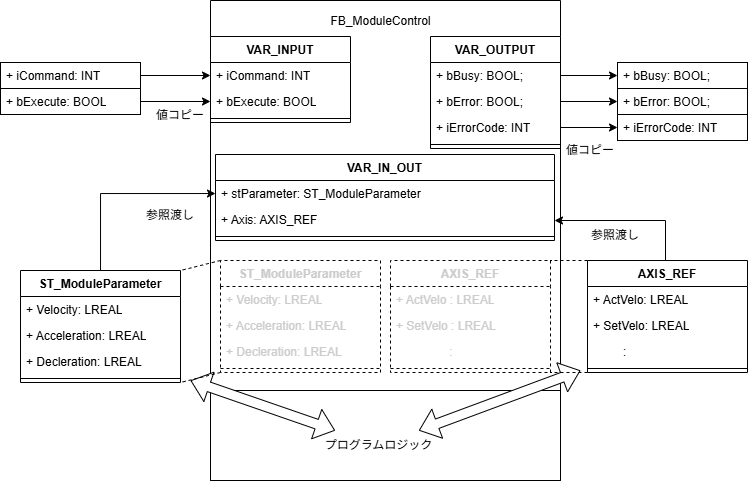
Above: source/plc_object_oriented_programming/assets/function_block_var_inout.png in ta-ichihashi/TwinCATHowTo (draw.io), before the change. Source tidied: cells renumbered, new cells last; positions are measured from the earlier drawing's top-left corner, leaving out a move shared by most shapes.
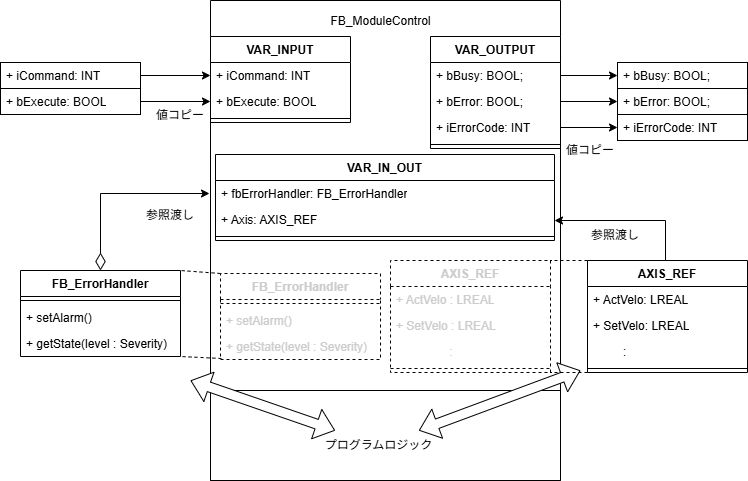
Above is the later version.

Diff of the diagram source:
```diff
@@ -38,7 +38,7 @@
     <mxCell id="13" value="VAR_IN_OUT" style="swimlane;fontStyle=1;align=center;verticalAlign=top;horizontal=1;startSize=26;whiteSpace=wrap;html=1;" parent="2" vertex="1">
       <mxGeometry x="5" y="154" width="339" height="86" as="geometry" />
     </mxCell>
-    <mxCell id="14" value="+ stParameter: ST_ModuleParameter" style="text;strokeColor=none;fillColor=none;align=left;verticalAlign=top;spacingLeft=4;spacingRight=4;overflow=hidden;points=[[0,0.5],[1,0.5]];portConstraint=eastwest;whiteSpace=wrap;html=1;" parent="13" vertex="1">
+    <mxCell id="14" value="+ fbErrorHandler: FB_ErrorHandler" style="text;strokeColor=none;fillColor=none;align=left;verticalAlign=top;spacingLeft=4;spacingRight=4;overflow=hidden;points=[[0,0.5],[1,0.5]];portConstraint=eastwest;whiteSpace=wrap;html=1;" parent="13" vertex="1">
       <mxGeometry y="26" width="339" height="26" as="geometry" />
     </mxCell>
     <mxCell id="15" value="+ Axis: AXIS_REF" style="text;strokeColor=none;fillColor=none;align=left;verticalAlign=top;spacingLeft=4;spacingRight=4;overflow=hidden;points=[[0,0.5],[1,0.5]];portConstraint=eastwest;whiteSpace=wrap;html=1;" parent="13" vertex="1">
@@ -53,139 +53,133 @@
     <mxCell id="18" value="プログラムロジック" style="text;html=1;align=center;verticalAlign=middle;points=[];strokeColor=none;fillColor=none;" parent="17" vertex="1">
       <mxGeometry x="103" y="40" width="130" height="30" as="geometry" />
     </mxCell>
-    <mxCell id="19" value="ST_ModuleParameter" style="swimlane;fontStyle=1;align=center;verticalAlign=top;horizontal=1;startSize=26;whiteSpace=wrap;html=1;dashed=1;fontColor=#CCCCCC;" parent="2" vertex="1">
-      <mxGeometry x="10" y="260" width="160" height="112" as="geometry" />
+    <mxCell id="19" value="AXIS_REF" style="swimlane;fontStyle=1;align=center;verticalAlign=top;horizontal=1;startSize=26;whiteSpace=wrap;html=1;dashed=1;fontColor=#CCCCCC;" parent="2" vertex="1">
+      <mxGeometry x="180" y="260" width="160" height="112" as="geometry" />
     </mxCell>
-    <mxCell id="20" value="+ Velocity: LREAL" style="text;strokeColor=none;fillColor=none;align=left;verticalAlign=top;spacingLeft=4;spacingRight=4;overflow=hidden;whiteSpace=wrap;html=1;fontColor=#CCCCCC;" parent="19" vertex="1">
+    <mxCell id="20" value="+ ActVelo : LREAL" style="text;strokeColor=none;fillColor=none;align=left;verticalAlign=top;spacingLeft=4;spacingRight=4;overflow=hidden;whiteSpace=wrap;html=1;fontColor=#CCCCCC;" parent="19" vertex="1">
       <mxGeometry y="26" width="160" height="26" as="geometry" />
     </mxCell>
-    <mxCell id="21" value="+ Acceleration: LREAL" style="text;strokeColor=none;fillColor=none;align=left;verticalAlign=top;spacingLeft=4;spacingRight=4;overflow=hidden;whiteSpace=wrap;html=1;fontColor=#CCCCCC;" parent="19" vertex="1">
+    <mxCell id="21" value="+ SetVelo : LREAL" style="text;strokeColor=none;fillColor=none;align=left;verticalAlign=top;spacingLeft=4;spacingRight=4;overflow=hidden;whiteSpace=wrap;html=1;fontColor=#CCCCCC;" parent="19" vertex="1">
       <mxGeometry y="52" width="160" height="26" as="geometry" />
     </mxCell>
-    <mxCell id="22" value="+ Decleration: LREAL" style="text;strokeColor=none;fillColor=none;align=left;verticalAlign=top;spacingLeft=4;spacingRight=4;overflow=hidden;whiteSpace=wrap;html=1;fontColor=#CCCCCC;" parent="19" vertex="1">
+    <mxCell id="22" value="&amp;nbsp; &amp;nbsp; &amp;nbsp; &amp;nbsp; &amp;nbsp; &amp;nbsp; &amp;nbsp; &amp;nbsp; :" style="text;strokeColor=none;fillColor=none;align=left;verticalAlign=top;spacingLeft=4;spacingRight=4;overflow=hidden;whiteSpace=wrap;html=1;fontColor=#CCCCCC;" parent="19" vertex="1">
       <mxGeometry y="78" width="160" height="26" as="geometry" />
     </mxCell>
     <mxCell id="23" style="line;strokeWidth=1;fillColor=none;align=left;verticalAlign=middle;spacingTop=-1;spacingLeft=3;spacingRight=3;labelPosition=right;strokeColor=inherit;dashed=1;" parent="19" vertex="1">
       <mxGeometry y="104" width="160" height="8" as="geometry" />
     </mxCell>
-    <mxCell id="24" value="AXIS_REF" style="swimlane;fontStyle=1;align=center;verticalAlign=top;horizontal=1;startSize=26;whiteSpace=wrap;html=1;dashed=1;fontColor=#CCCCCC;" parent="2" vertex="1">
-      <mxGeometry x="180" y="260" width="160" height="112" as="geometry" />
+    <mxCell id="24" style="shape=flexArrow;endArrow=classic;startArrow=classic;html=1;rounded=0;fillColor=default;" parent="2" edge="1" source="18">
+      <mxGeometry relative="1" as="geometry">
+        <mxPoint x="370" y="370" as="targetPoint" />
+      </mxGeometry>
     </mxCell>
-    <mxCell id="25" value="+ ActVelo : LREAL" style="text;strokeColor=none;fillColor=none;align=left;verticalAlign=top;spacingLeft=4;spacingRight=4;overflow=hidden;whiteSpace=wrap;html=1;fontColor=#CCCCCC;" parent="24" vertex="1">
-      <mxGeometry y="26" width="160" height="26" as="geometry" />
+    <mxCell id="25" style="shape=flexArrow;endArrow=classic;startArrow=classic;html=1;rounded=0;fillColor=default;" parent="2" edge="1" source="18">
+      <mxGeometry relative="1" as="geometry">
+        <mxPoint x="-20" y="380" as="targetPoint" />
+      </mxGeometry>
     </mxCell>
-    <mxCell id="26" value="+ SetVelo : LREAL" style="text;strokeColor=none;fillColor=none;align=left;verticalAlign=top;spacingLeft=4;spacingRight=4;overflow=hidden;points=[[0,0.5],[1,0.5]];portConstraint=eastwest;whiteSpace=wrap;html=1;fontColor=#CCCCCC;" parent="24" vertex="1">
-      <mxGeometry y="52" width="160" height="26" as="geometry" />
+    <mxCell id="26" value="&lt;font style=&quot;color: rgb(204, 204, 204);&quot;&gt;FB_ErrorHandler&lt;/font&gt;" style="swimlane;fontStyle=1;align=center;verticalAlign=top;horizontal=1;startSize=26;whiteSpace=wrap;html=1;strokeColor=#000000;dashed=1;fontColor=#CCCCCC;" parent="2" vertex="1">
+      <mxGeometry x="10" y="273" width="160" height="86" as="geometry" />
     </mxCell>
-    <mxCell id="27" value="&amp;nbsp; &amp;nbsp; &amp;nbsp; &amp;nbsp; &amp;nbsp; &amp;nbsp; &amp;nbsp; &amp;nbsp; :" style="text;strokeColor=none;fillColor=none;align=left;verticalAlign=top;spacingLeft=4;spacingRight=4;overflow=hidden;whiteSpace=wrap;html=1;fontColor=#CCCCCC;" parent="24" vertex="1">
-      <mxGeometry y="78" width="160" height="26" as="geometry" />
+    <mxCell id="27" style="line;strokeWidth=1;fillColor=none;align=left;verticalAlign=middle;spacingTop=-1;spacingLeft=3;spacingRight=3;labelPosition=right;strokeColor=inherit;dashed=1;" parent="26" vertex="1">
+      <mxGeometry y="26" width="160" height="8" as="geometry" />
     </mxCell>
-    <mxCell id="28" style="line;strokeWidth=1;fillColor=none;align=left;verticalAlign=middle;spacingTop=-1;spacingLeft=3;spacingRight=3;labelPosition=right;strokeColor=inherit;dashed=1;" parent="24" vertex="1">
-      <mxGeometry y="104" width="160" height="8" as="geometry" />
+    <mxCell id="28" value="+ setAlarm()" style="text;strokeColor=none;fillColor=none;align=left;verticalAlign=top;spacingLeft=4;spacingRight=4;overflow=hidden;whiteSpace=wrap;html=1;dashed=1;fontColor=#CCCCCC;" parent="26" vertex="1">
+      <mxGeometry y="34" width="160" height="26" as="geometry" />
     </mxCell>
-    <mxCell id="29" style="shape=flexArrow;endArrow=classic;startArrow=classic;html=1;rounded=0;fillColor=default;" parent="2" edge="1" source="18">
-      <mxGeometry relative="1" as="geometry">
-        <mxPoint x="370" y="370" as="targetPoint" />
-      </mxGeometry>
+    <mxCell id="29" value="+ getState(level : Severity)" style="text;strokeColor=none;fillColor=none;align=left;verticalAlign=top;spacingLeft=4;spacingRight=4;overflow=hidden;points=[[0,0.5],[1,0.5]];portConstraint=eastwest;whiteSpace=wrap;html=1;fontColor=#CCCCCC;" parent="26" vertex="1">
+      <mxGeometry y="60" width="160" height="26" as="geometry" />
     </mxCell>
-    <mxCell id="30" style="shape=flexArrow;endArrow=classic;startArrow=classic;html=1;rounded=0;fillColor=default;" parent="2" edge="1" source="18">
-      <mxGeometry relative="1" as="geometry">
-        <mxPoint x="-20" y="380" as="targetPoint" />
-      </mxGeometry>
+    <mxCell id="30" style="edgeStyle=orthogonalEdgeStyle;rounded=0;jettySize=auto;html=1;" parent="1" edge="1" source="31" target="4">
+      <mxGeometry relative="1" as="geometry" />
     </mxCell>
-    <mxCell id="31" style="edgeStyle=orthogonalEdgeStyle;rounded=0;jettySize=auto;html=1;" parent="1" edge="1" source="32" target="4">
-      <mxGeometry relative="1" as="geometry" />
+    <mxCell id="31" value="+ iCommand: INT" style="text;strokeColor=default;fillColor=none;align=left;verticalAlign=top;spacingLeft=4;spacingRight=4;overflow=hidden;points=[[0,0.5],[1,0.5]];portConstraint=eastwest;whiteSpace=wrap;html=1;" parent="1" vertex="1">
+      <mxGeometry y="62" width="140" height="26" as="geometry" />
     </mxCell>
-    <mxCell id="32" value="+ iCommand: INT" style="text;strokeColor=default;fillColor=none;align=left;verticalAlign=top;spacingLeft=4;spacingRight=4;overflow=hidden;points=[[0,0.5],[1,0.5]];portConstraint=eastwest;whiteSpace=wrap;html=1;" parent="1" vertex="1">
-      <mxGeometry y="62" width="140" height="26" as="geometry" />
+    <mxCell id="32" style="edgeStyle=orthogonalEdgeStyle;rounded=0;jettySize=auto;html=1;" parent="1" edge="1" source="33" target="5">
+      <mxGeometry relative="1" as="geometry" />
     </mxCell>
-    <mxCell id="33" style="edgeStyle=orthogonalEdgeStyle;rounded=0;jettySize=auto;html=1;" parent="1" edge="1" source="34" target="5">
-      <mxGeometry relative="1" as="geometry" />
+    <mxCell id="33" value="+ bExecute: BOOL" style="text;strokeColor=default;fillColor=none;align=left;verticalAlign=top;spacingLeft=4;spacingRight=4;overflow=hidden;points=[[0,0.5],[1,0.5]];portConstraint=eastwest;whiteSpace=wrap;html=1;" parent="1" vertex="1">
+      <mxGeometry y="88" width="140" height="26" as="geometry" />
     </mxCell>
-    <mxCell id="34" value="+ bExecute: BOOL" style="text;strokeColor=default;fillColor=none;align=left;verticalAlign=top;spacingLeft=4;spacingRight=4;overflow=hidden;points=[[0,0.5],[1,0.5]];portConstraint=eastwest;whiteSpace=wrap;html=1;" parent="1" vertex="1">
-      <mxGeometry y="88" width="140" height="26" as="geometry" />
+    <mxCell id="34" style="edgeStyle=orthogonalEdgeStyle;rounded=0;jettySize=auto;html=1;" parent="1" edge="1" source="8" target="35">
+      <mxGeometry relative="1" as="geometry" />
     </mxCell>
-    <mxCell id="35" style="edgeStyle=orthogonalEdgeStyle;rounded=0;jettySize=auto;html=1;" parent="1" edge="1" source="8" target="36">
-      <mxGeometry relative="1" as="geometry" />
+    <mxCell id="35" value="+ bBusy: BOOL;" style="text;strokeColor=default;fillColor=none;align=left;verticalAlign=top;spacingLeft=4;spacingRight=4;overflow=hidden;points=[[0,0.5],[1,0.5]];portConstraint=eastwest;whiteSpace=wrap;html=1;" parent="1" vertex="1">
+      <mxGeometry x="617" y="62" width="130" height="26" as="geometry" />
     </mxCell>
-    <mxCell id="36" value="+ bBusy: BOOL;" style="text;strokeColor=default;fillColor=none;align=left;verticalAlign=top;spacingLeft=4;spacingRight=4;overflow=hidden;points=[[0,0.5],[1,0.5]];portConstraint=eastwest;whiteSpace=wrap;html=1;" parent="1" vertex="1">
-      <mxGeometry x="617" y="62" width="130" height="26" as="geometry" />
+    <mxCell id="36" value="+ bError: BOOL;" style="text;strokeColor=default;fillColor=none;align=left;verticalAlign=top;spacingLeft=4;spacingRight=4;overflow=hidden;points=[[0,0.5],[1,0.5]];portConstraint=eastwest;whiteSpace=wrap;html=1;" parent="1" vertex="1">
+      <mxGeometry x="617" y="88" width="130" height="26" as="geometry" />
     </mxCell>
-    <mxCell id="37" value="+ bError: BOOL;" style="text;strokeColor=default;fillColor=none;align=left;verticalAlign=top;spacingLeft=4;spacingRight=4;overflow=hidden;points=[[0,0.5],[1,0.5]];portConstraint=eastwest;whiteSpace=wrap;html=1;" parent="1" vertex="1">
-      <mxGeometry x="617" y="88" width="130" height="26" as="geometry" />
+    <mxCell id="37" value="+ iErrorCode: INT" style="text;strokeColor=default;fillColor=none;align=left;verticalAlign=top;spacingLeft=4;spacingRight=4;overflow=hidden;points=[[0,0.5],[1,0.5]];portConstraint=eastwest;whiteSpace=wrap;html=1;" parent="1" vertex="1">
+      <mxGeometry x="617" y="114" width="130" height="26" as="geometry" />
     </mxCell>
-    <mxCell id="38" value="+ iErrorCode: INT" style="text;strokeColor=default;fillColor=none;align=left;verticalAlign=top;spacingLeft=4;spacingRight=4;overflow=hidden;points=[[0,0.5],[1,0.5]];portConstraint=eastwest;whiteSpace=wrap;html=1;" parent="1" vertex="1">
-      <mxGeometry x="617" y="114" width="130" height="26" as="geometry" />
+    <mxCell id="38" style="edgeStyle=orthogonalEdgeStyle;rounded=0;jettySize=auto;html=1;" parent="1" edge="1" source="9" target="36">
+      <mxGeometry relative="1" as="geometry" />
     </mxCell>
-    <mxCell id="39" style="edgeStyle=orthogonalEdgeStyle;rounded=0;jettySize=auto;html=1;" parent="1" edge="1" source="9" target="37">
+    <mxCell id="39" style="edgeStyle=orthogonalEdgeStyle;rounded=0;jettySize=auto;html=1;" parent="1" edge="1" source="10" target="37">
       <mxGeometry relative="1" as="geometry" />
     </mxCell>
-    <mxCell id="40" style="edgeStyle=orthogonalEdgeStyle;rounded=0;jettySize=auto;html=1;" parent="1" edge="1" source="10" target="38">
+    <mxCell id="40" style="edgeStyle=orthogonalEdgeStyle;rounded=0;jettySize=auto;html=1;startArrow=diamondThin;startFill=0;targetPerimeterSpacing=6;sourcePerimeterSpacing=0;startSize=15;" parent="1" edge="1" source="41" target="14">
       <mxGeometry relative="1" as="geometry" />
     </mxCell>
-    <mxCell id="41" style="edgeStyle=orthogonalEdgeStyle;rounded=0;jettySize=auto;html=1;" parent="1" edge="1" source="42" target="14">
-      <mxGeometry relative="1" as="geometry" />
+    <mxCell id="41" value="FB_ErrorHandler" style="swimlane;fontStyle=1;align=center;verticalAlign=top;horizontal=1;startSize=26;whiteSpace=wrap;html=1;" parent="1" vertex="1">
+      <mxGeometry x="20" y="270" width="160" height="86" as="geometry" />
     </mxCell>
-    <mxCell id="42" value="ST_ModuleParameter" style="swimlane;fontStyle=1;align=center;verticalAlign=top;horizontal=1;startSize=26;whiteSpace=wrap;html=1;" parent="1" vertex="1">
-      <mxGeometry x="20" y="270" width="160" height="112" as="geometry" />
+    <mxCell id="42" style="line;strokeWidth=1;fillColor=none;align=left;verticalAlign=middle;spacingTop=-1;spacingLeft=3;spacingRight=3;labelPosition=right;points=[];portConstraint=eastwest;strokeColor=inherit;" parent="41" vertex="1">
+      <mxGeometry y="26" width="160" height="8" as="geometry" />
     </mxCell>
-    <mxCell id="43" value="+ Velocity: LREAL" style="text;strokeColor=none;fillColor=none;align=left;verticalAlign=top;spacingLeft=4;spacingRight=4;overflow=hidden;whiteSpace=wrap;html=1;" parent="42" vertex="1">
-      <mxGeometry y="26" width="160" height="26" as="geometry" />
+    <mxCell id="43" value="+ setAlarm()" style="text;strokeColor=none;fillColor=none;align=left;verticalAlign=top;spacingLeft=4;spacingRight=4;overflow=hidden;whiteSpace=wrap;html=1;" parent="41" vertex="1">
+      <mxGeometry y="34" width="160" height="26" as="geometry" />
     </mxCell>
-    <mxCell id="44" value="+ Acceleration: LREAL" style="text;strokeColor=none;fillColor=none;align=left;verticalAlign=top;spacingLeft=4;spacingRight=4;overflow=hidden;whiteSpace=wrap;html=1;" parent="42" vertex="1">
-      <mxGeometry y="52" width="160" height="26" as="geometry" />
+    <mxCell id="44" value="+ getState(level : Severity)" style="text;strokeColor=none;fillColor=none;align=left;verticalAlign=top;spacingLeft=4;spacingRight=4;overflow=hidden;whiteSpace=wrap;html=1;" parent="41" vertex="1">
+      <mxGeometry y="60" width="160" height="26" as="geometry" />
     </mxCell>
-    <mxCell id="45" value="+ Decleration: LREAL" style="text;strokeColor=none;fillColor=none;align=left;verticalAlign=top;spacingLeft=4;spacingRight=4;overflow=hidden;whiteSpace=wrap;html=1;" parent="42" vertex="1">
-      <mxGeometry y="78" width="160" height="26" as="geometry" />
+    <mxCell id="45" style="rounded=0;jettySize=auto;html=1;exitX=0;exitY=0;exitDx=0;exitDy=0;entryX=1;entryY=0;entryDx=0;entryDy=0;endArrow=none;startFill=0;dashed=1;" parent="1" edge="1" source="26" target="41">
+      <mxGeometry relative="1" as="geometry" />
     </mxCell>
-    <mxCell id="46" style="line;strokeWidth=1;fillColor=none;align=left;verticalAlign=middle;spacingTop=-1;spacingLeft=3;spacingRight=3;labelPosition=right;strokeColor=inherit;" parent="42" vertex="1">
-      <mxGeometry y="104" width="160" height="8" as="geometry" />
+    <mxCell id="46" style="rounded=0;jettySize=auto;html=1;entryX=1;entryY=1;entryDx=0;entryDy=0;dashed=1;endArrow=none;startFill=0;exitX=0.006;exitY=0.962;exitDx=0;exitDy=0;exitPerimeter=0;" parent="1" edge="1" source="29" target="41">
+      <mxGeometry relative="1" as="geometry" />
     </mxCell>
-    <mxCell id="47" style="rounded=0;jettySize=auto;html=1;exitX=0;exitY=0;exitDx=0;exitDy=0;entryX=1;entryY=0;entryDx=0;entryDy=0;endArrow=none;startFill=0;dashed=1;" parent="1" edge="1" source="19" target="42">
-      <mxGeometry relative="1" as="geometry" />
+    <mxCell id="47" value="値コピー" style="text;html=1;align=center;verticalAlign=middle;whiteSpace=wrap;rounded=0;" parent="1" vertex="1">
+      <mxGeometry x="150" y="100" width="60" height="30" as="geometry" />
     </mxCell>
-    <mxCell id="48" style="rounded=0;jettySize=auto;html=1;exitX=0;exitY=1;exitDx=0;exitDy=0;entryX=1;entryY=1;entryDx=0;entryDy=0;dashed=1;endArrow=none;startFill=0;" parent="1" edge="1" source="19" target="42">
-      <mxGeometry relative="1" as="geometry" />
+    <mxCell id="48" value="値コピー" style="text;html=1;align=center;verticalAlign=middle;whiteSpace=wrap;rounded=0;" parent="1" vertex="1">
+      <mxGeometry x="560" y="135" width="60" height="30" as="geometry" />
     </mxCell>
-    <mxCell id="49" value="値コピー" style="text;html=1;align=center;verticalAlign=middle;whiteSpace=wrap;rounded=0;" parent="1" vertex="1">
-      <mxGeometry x="150" y="100" width="60" height="30" as="geometry" />
+    <mxCell id="49" value="参照渡し" style="text;html=1;align=center;verticalAlign=middle;whiteSpace=wrap;rounded=0;" parent="1" vertex="1">
+      <mxGeometry x="140" y="200" width="60" height="30" as="geometry" />
     </mxCell>
-    <mxCell id="50" value="値コピー" style="text;html=1;align=center;verticalAlign=middle;whiteSpace=wrap;rounded=0;" parent="1" vertex="1">
-      <mxGeometry x="560" y="135" width="60" height="30" as="geometry" />
+    <mxCell id="50" style="edgeStyle=orthogonalEdgeStyle;rounded=0;jettySize=auto;html=1;" parent="1" edge="1" source="51" target="15">
+      <mxGeometry relative="1" as="geometry">
+        <Array as="points">
+          <mxPoint x="665" y="220" />
+        </Array>
+      </mxGeometry>
     </mxCell>
-    <mxCell id="51" value="参照渡し" style="text;html=1;align=center;verticalAlign=middle;whiteSpace=wrap;rounded=0;" parent="1" vertex="1">
-      <mxGeometry x="140" y="200" width="60" height="30" as="geometry" />
+    <mxCell id="51" value="&lt;font style=&quot;color: rgb(0, 0, 0);&quot;&gt;AXIS_REF&lt;/font&gt;" style="swimlane;fontStyle=1;align=center;verticalAlign=top;horizontal=1;startSize=26;whiteSpace=wrap;html=1;fontColor=#CCCCCC;" parent="1" vertex="1">
+      <mxGeometry x="587" y="260" width="160" height="112" as="geometry" />
     </mxCell>
-    <mxCell id="52" style="edgeStyle=orthogonalEdgeStyle;rounded=0;jettySize=auto;html=1;" parent="1" edge="1" source="53" target="15">
-      <mxGeometry relative="1" as="geometry">
-        <Array as="points">
-          <mxPoint x="665" y="220" />
-        </Array>
-      </mxGeometry>
+    <mxCell id="52" value="&lt;font style=&quot;color: rgb(0, 0, 0);&quot;&gt;+ ActVelo: LREAL&lt;/font&gt;" style="text;strokeColor=none;fillColor=none;align=left;verticalAlign=top;spacingLeft=4;spacingRight=4;overflow=hidden;whiteSpace=wrap;html=1;fontColor=#CCCCCC;" parent="51" vertex="1">
+      <mxGeometry y="26" width="160" height="26" as="geometry" />
     </mxCell>
-    <mxCell id="53" value="&lt;font style=&quot;color: rgb(0, 0, 0);&quot;&gt;AXIS_REF&lt;/font&gt;" style="swimlane;fontStyle=1;align=center;verticalAlign=top;horizontal=1;startSize=26;whiteSpace=wrap;html=1;fontColor=#CCCCCC;" parent="1" vertex="1">
-      <mxGeometry x="587" y="260" width="160" height="112" as="geometry" />
+    <mxCell id="53" value="+ SetVelo: LREAL" style="text;strokeColor=none;fillColor=none;align=left;verticalAlign=top;spacingLeft=4;spacingRight=4;overflow=hidden;points=[[0,0.5],[1,0.5]];portConstraint=eastwest;whiteSpace=wrap;html=1;fontColor=#000000;" parent="51" vertex="1">
+      <mxGeometry y="52" width="160" height="26" as="geometry" />
     </mxCell>
-    <mxCell id="54" value="&lt;font style=&quot;color: rgb(0, 0, 0);&quot;&gt;+ ActVelo: LREAL&lt;/font&gt;" style="text;strokeColor=none;fillColor=none;align=left;verticalAlign=top;spacingLeft=4;spacingRight=4;overflow=hidden;whiteSpace=wrap;html=1;fontColor=#CCCCCC;" parent="53" vertex="1">
-      <mxGeometry y="26" width="160" height="26" as="geometry" />
+    <mxCell id="54" value="&amp;nbsp; &amp;nbsp; &amp;nbsp; &amp;nbsp; &amp;nbsp;:" style="text;strokeColor=none;fillColor=none;align=left;verticalAlign=top;spacingLeft=4;spacingRight=4;overflow=hidden;whiteSpace=wrap;html=1;fontColor=#000000;" parent="51" vertex="1">
+      <mxGeometry y="78" width="160" height="26" as="geometry" />
     </mxCell>
-    <mxCell id="55" value="+ SetVelo: LREAL" style="text;strokeColor=none;fillColor=none;align=left;verticalAlign=top;spacingLeft=4;spacingRight=4;overflow=hidden;whiteSpace=wrap;html=1;fontColor=#000000;" parent="53" vertex="1">
-      <mxGeometry y="52" width="160" height="26" as="geometry" />
+    <mxCell id="55" style="line;strokeWidth=1;fillColor=none;align=left;verticalAlign=middle;spacingTop=-1;spacingLeft=3;spacingRight=3;labelPosition=right;strokeColor=inherit;" parent="51" vertex="1">
+      <mxGeometry y="104" width="160" height="8" as="geometry" />
     </mxCell>
-    <mxCell id="56" value="&amp;nbsp; &amp;nbsp; &amp;nbsp; &amp;nbsp; &amp;nbsp;:" style="text;strokeColor=none;fillColor=none;align=left;verticalAlign=top;spacingLeft=4;spacingRight=4;overflow=hidden;whiteSpace=wrap;html=1;fontColor=#000000;" parent="53" vertex="1">
-      <mxGeometry y="78" width="160" height="26" as="geometry" />
+    <mxCell id="56" style="rounded=0;jettySize=auto;html=1;exitX=0;exitY=0;exitDx=0;exitDy=0;entryX=1;entryY=0;entryDx=0;entryDy=0;endArrow=none;startFill=0;dashed=1;" parent="1" edge="1" source="51" target="19">
+      <mxGeometry relative="1" as="geometry" />
     </mxCell>
-    <mxCell id="57" style="line;strokeWidth=1;fillColor=none;align=left;verticalAlign=middle;spacingTop=-1;spacingLeft=3;spacingRight=3;labelPosition=right;strokeColor=inherit;" parent="53" vertex="1">
-      <mxGeometry y="104" width="160" height="8" as="geometry" />
+    <mxCell id="57" style="rounded=0;jettySize=auto;html=1;exitX=0;exitY=1;exitDx=0;exitDy=0;entryX=1;entryY=1;entryDx=0;entryDy=0;endArrow=none;startFill=0;dashed=1;" parent="1" edge="1" source="51" target="19">
+      <mxGeometry relative="1" as="geometry" />
     </mxCell>
-    <mxCell id="58" style="rounded=0;jettySize=auto;html=1;exitX=0;exitY=0;exitDx=0;exitDy=0;entryX=1;entryY=0;entryDx=0;entryDy=0;endArrow=none;startFill=0;dashed=1;" parent="1" edge="1" source="53" target="24">
-      <mxGeometry relative="1" as="geometry" />
+    <mxCell id="58" value="参照渡し" style="text;html=1;align=center;verticalAlign=middle;whiteSpace=wrap;rounded=0;" parent="1" vertex="1">
+      <mxGeometry x="585" y="220" width="60" height="30" as="geometry" />
     </mxCell>
-    <mxCell id="59" style="rounded=0;jettySize=auto;html=1;exitX=0;exitY=1;exitDx=0;exitDy=0;entryX=1;entryY=1;entryDx=0;entryDy=0;endArrow=none;startFill=0;dashed=1;" parent="1" edge="1" source="53" target="24">
-      <mxGeometry relative="1" as="geometry" />
-    </mxCell>
-    <mxCell id="60" value="参照渡し" style="text;html=1;align=center;verticalAlign=middle;whiteSpace=wrap;rounded=0;" parent="1" vertex="1">
-      <mxGeometry x="585" y="220" width="60" height="30" as="geometry" />
-    </mxCell>
   </root>
 </mxGraphModel>
```
